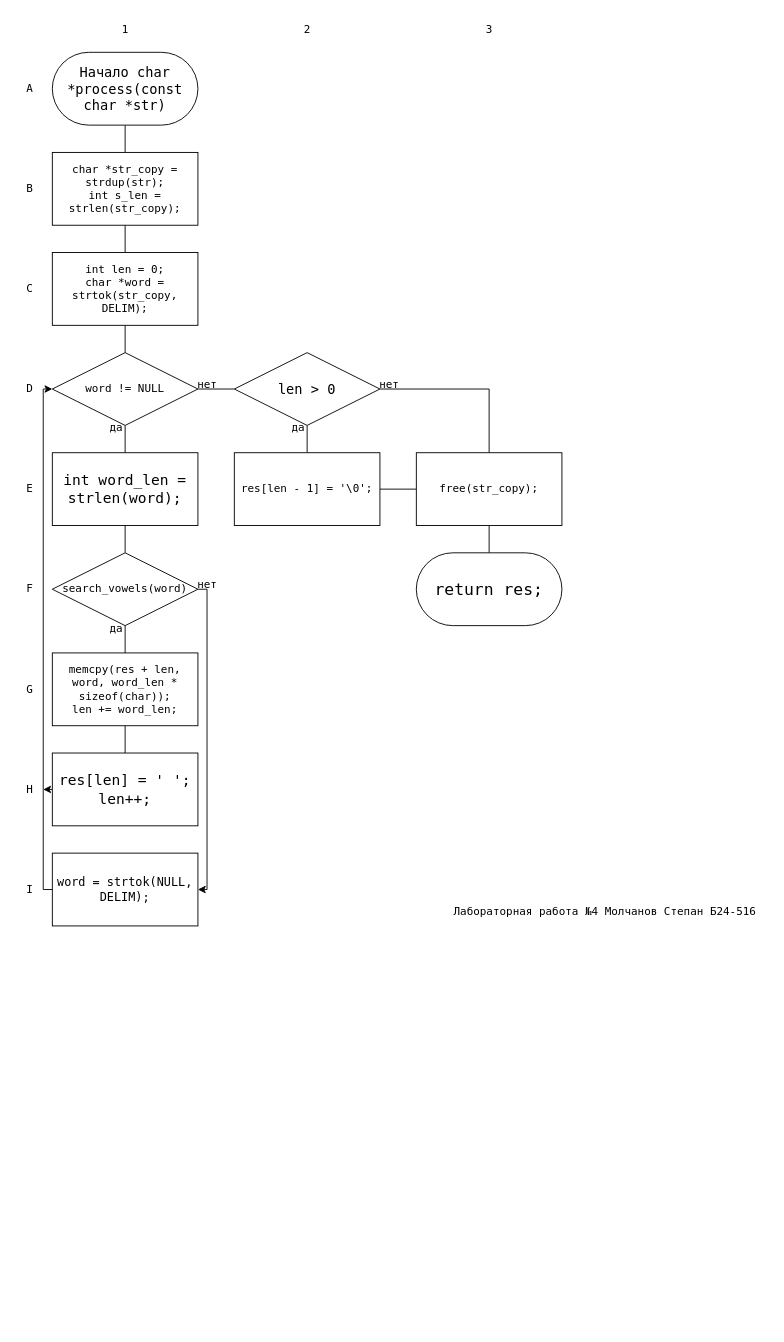
This is page "process" (2 of 9) of lab4/flowchart.drawio from molchanov71/MEPhIflowcharts, a draw.io file, before an edit. Source tidied: cells renumbered, new cells numbered last; positions are measured from the earlier drawing's top-left corner, leaving out a move shared by most shapes. Both pictures are drawn from the tidied source at 91%, with x=0, y=0 at pixel (15, 15).
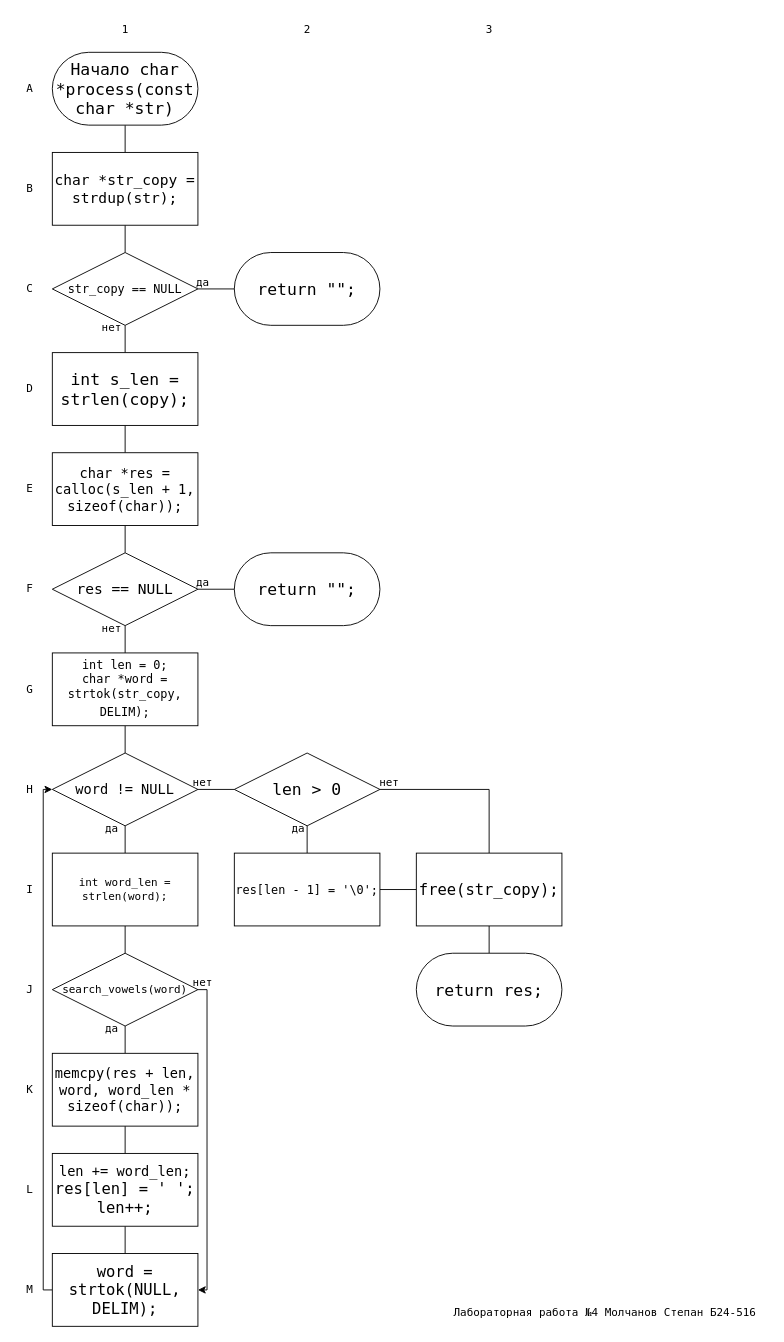
The same page after the edit.

What changed in the source:
```diff
@@
-    <mxCell id="2" style="edgeStyle=orthogonalEdgeStyle;rounded=0;jettySize=auto;html=1;exitX=0.5;exitY=1;exitDx=0;exitDy=0;entryX=0.5;entryY=0;entryDx=0;entryDy=0;endArrow=none;endFill=0;" parent="1" edge="1" source="3" target="5">
-      <mxGeometry relative="1" as="geometry" />
-    </mxCell>
+    <mxCell id="49" style="edgeStyle=orthogonalEdgeStyle;rounded=0;jettySize=auto;html=1;exitX=0.5;exitY=1;exitDx=0;exitDy=0;entryX=0.5;entryY=0;entryDx=0;entryDy=0;endArrow=none;endFill=0;" parent="1" edge="1" source="3" target="51">
+      <mxGeometry relative="1" as="geometry" />
+    </mxCell>
-    <mxCell id="3" value="&lt;font style=&quot;font-size: 15px;&quot; face=&quot;Lucida Console&quot;&gt;Начало char *process(const char *str)&lt;/font&gt;" style="rounded=1;whiteSpace=wrap;html=1;arcSize=50;" parent="1" vertex="1">
+    <mxCell id="3" value="&lt;font style=&quot;font-size: 18px;&quot; face=&quot;Lucida Console&quot;&gt;Начало char *process(const char *str)&lt;/font&gt;" style="rounded=1;whiteSpace=wrap;html=1;arcSize=50;" parent="1" vertex="1">
       <mxGeometry x="40" y="40" width="160" height="80" as="geometry" />
     </mxCell>
-    <mxCell id="4" style="edgeStyle=orthogonalEdgeStyle;rounded=0;jettySize=auto;html=1;exitX=0.5;exitY=1;exitDx=0;exitDy=0;entryX=0.5;entryY=0;entryDx=0;entryDy=0;endArrow=none;endFill=0;" parent="1" edge="1" source="5" target="7">
-      <mxGeometry relative="1" as="geometry" />
-    </mxCell>
-    <mxCell id="5" value="&lt;font face=&quot;Lucida Console&quot;&gt;char *str_copy = strdup(str);&lt;br&gt;int s_len = strlen(str_copy);&lt;/font&gt;" style="rounded=0;whiteSpace=wrap;html=1;" parent="1" vertex="1">
-      <mxGeometry x="40" y="150" width="160" height="80" as="geometry" />
-    </mxCell>
+    <mxCell id="50" style="edgeStyle=orthogonalEdgeStyle;rounded=0;jettySize=auto;html=1;exitX=0.5;exitY=1;exitDx=0;exitDy=0;entryX=0.5;entryY=0;entryDx=0;entryDy=0;endArrow=none;endFill=0;" parent="1" edge="1" source="51" target="54">
+      <mxGeometry relative="1" as="geometry" />
+    </mxCell>
+    <mxCell id="51" value="&lt;font style=&quot;font-size: 16px;&quot; face=&quot;Lucida Console&quot;&gt;char *str_copy = strdup(str);&lt;/font&gt;" style="rounded=0;whiteSpace=wrap;html=1;" parent="1" vertex="1">
+      <mxGeometry x="40" y="150" width="160" height="80" as="geometry" />
+    </mxCell>
+    <mxCell id="52" style="edgeStyle=orthogonalEdgeStyle;rounded=0;jettySize=auto;html=1;exitX=0.5;exitY=1;exitDx=0;exitDy=0;entryX=0.5;entryY=0;entryDx=0;entryDy=0;endArrow=none;endFill=0;" parent="1" edge="1" source="54" target="57">
+      <mxGeometry relative="1" as="geometry" />
+    </mxCell>
+    <mxCell id="53" style="edgeStyle=orthogonalEdgeStyle;rounded=0;jettySize=auto;html=1;exitX=1;exitY=0.5;exitDx=0;exitDy=0;entryX=0;entryY=0.5;entryDx=0;entryDy=0;endArrow=none;endFill=0;" parent="1" edge="1" source="54" target="55">
+      <mxGeometry relative="1" as="geometry" />
+    </mxCell>
+    <mxCell id="54" value="&lt;font style=&quot;font-size: 13px;&quot; face=&quot;Lucida Console&quot;&gt;str_copy == NULL&lt;/font&gt;" style="rhombus;whiteSpace=wrap;html=1;" parent="1" vertex="1">
+      <mxGeometry x="40" y="260" width="160" height="80" as="geometry" />
+    </mxCell>
+    <mxCell id="55" value="&lt;font style=&quot;font-size: 18px;&quot; face=&quot;Lucida Console&quot;&gt;return &quot;&quot;;&lt;/font&gt;" style="rounded=1;whiteSpace=wrap;html=1;arcSize=50;" parent="1" vertex="1">
+      <mxGeometry x="240" y="260" width="160" height="80" as="geometry" />
+    </mxCell>
+    <mxCell id="56" style="edgeStyle=orthogonalEdgeStyle;rounded=0;jettySize=auto;html=1;exitX=0.5;exitY=1;exitDx=0;exitDy=0;entryX=0.5;entryY=0;entryDx=0;entryDy=0;endArrow=none;endFill=0;" parent="1" edge="1" source="57" target="59">
+      <mxGeometry relative="1" as="geometry" />
+    </mxCell>
+    <mxCell id="57" value="&lt;font style=&quot;font-size: 18px;&quot; face=&quot;Lucida Console&quot;&gt;int s_len = strlen(copy);&lt;/font&gt;" style="rounded=0;whiteSpace=wrap;html=1;" parent="1" vertex="1">
+      <mxGeometry x="40" y="370" width="160" height="80" as="geometry" />
+    </mxCell>
+    <mxCell id="58" style="edgeStyle=orthogonalEdgeStyle;rounded=0;jettySize=auto;html=1;exitX=0.5;exitY=1;exitDx=0;exitDy=0;entryX=0.5;entryY=0;entryDx=0;entryDy=0;endArrow=none;endFill=0;" parent="1" edge="1" source="59" target="62">
+      <mxGeometry relative="1" as="geometry" />
+    </mxCell>
+    <mxCell id="59" value="&lt;font style=&quot;font-size: 15px;&quot; face=&quot;Lucida Console&quot;&gt;char *res = calloc(s_len + 1, sizeof(char));&lt;/font&gt;" style="rounded=0;whiteSpace=wrap;html=1;" parent="1" vertex="1">
+      <mxGeometry x="40" y="480" width="160" height="80" as="geometry" />
+    </mxCell>
+    <mxCell id="60" style="edgeStyle=orthogonalEdgeStyle;rounded=0;jettySize=auto;html=1;exitX=0.5;exitY=1;exitDx=0;exitDy=0;entryX=0.5;entryY=0;entryDx=0;entryDy=0;endArrow=none;endFill=0;" parent="1" edge="1" source="62" target="7">
+      <mxGeometry relative="1" as="geometry" />
+    </mxCell>
+    <mxCell id="61" style="edgeStyle=orthogonalEdgeStyle;rounded=0;jettySize=auto;html=1;exitX=1;exitY=0.5;exitDx=0;exitDy=0;entryX=0;entryY=0.5;entryDx=0;entryDy=0;endArrow=none;endFill=0;" parent="1" edge="1" source="62" target="63">
+      <mxGeometry relative="1" as="geometry" />
+    </mxCell>
+    <mxCell id="62" value="&lt;font style=&quot;font-size: 16px;&quot; face=&quot;Lucida Console&quot;&gt;res == NULL&lt;/font&gt;" style="rhombus;whiteSpace=wrap;html=1;" parent="1" vertex="1">
+      <mxGeometry x="40" y="590" width="160" height="80" as="geometry" />
+    </mxCell>
+    <mxCell id="63" value="&lt;font style=&quot;font-size: 18px;&quot; face=&quot;Lucida Console&quot;&gt;return &quot;&quot;;&lt;/font&gt;" style="rounded=1;whiteSpace=wrap;html=1;arcSize=50;" parent="1" vertex="1">
+      <mxGeometry x="240" y="590" width="160" height="80" as="geometry" />
+    </mxCell>
@@
-    <mxCell id="7" value="&lt;font face=&quot;Lucida Console&quot;&gt;int len = 0;&lt;/font&gt;&lt;div&gt;&lt;font face=&quot;Lucida Console&quot;&gt;char *word = strtok(str_copy, DELIM);&lt;/font&gt;&lt;/div&gt;" style="rounded=0;whiteSpace=wrap;html=1;" parent="1" vertex="1">
-      <mxGeometry x="40" y="260" width="160" height="80" as="geometry" />
+    <mxCell id="7" value="&lt;font style=&quot;font-size: 13px;&quot; face=&quot;Lucida Console&quot;&gt;int len = 0;&lt;/font&gt;&lt;div&gt;&lt;span style=&quot;font-family: &amp;quot;Lucida Console&amp;quot;;&quot;&gt;&lt;font style=&quot;font-size: 13px;&quot;&gt;char *word = strtok(str_copy, DELIM);&lt;/font&gt;&lt;/span&gt;&lt;font style=&quot;font-size: 18px;&quot; face=&quot;Lucida Console&quot;&gt;&lt;/font&gt;&lt;/div&gt;" style="rounded=0;whiteSpace=wrap;html=1;" parent="1" vertex="1">
+      <mxGeometry x="40" y="700" width="160" height="80" as="geometry" />
     </mxCell>
@@
-    <mxCell id="10" value="&lt;font face=&quot;Lucida Console&quot;&gt;word != NULL&lt;/font&gt;" style="rhombus;whiteSpace=wrap;html=1;" parent="1" vertex="1">
-      <mxGeometry x="40" y="370" width="160" height="80" as="geometry" />
+    <mxCell id="10" value="&lt;font style=&quot;font-size: 15px;&quot; face=&quot;Lucida Console&quot;&gt;word != NULL&lt;/font&gt;" style="rhombus;whiteSpace=wrap;html=1;" parent="1" vertex="1">
+      <mxGeometry x="40" y="810" width="160" height="80" as="geometry" />
     </mxCell>
@@
-    <mxCell id="12" value="&lt;font style=&quot;font-size: 16px;&quot; face=&quot;Lucida Console&quot;&gt;int word_len = strlen(word);&lt;/font&gt;" style="rounded=0;whiteSpace=wrap;html=1;" parent="1" vertex="1">
-      <mxGeometry x="40" y="480" width="160" height="80" as="geometry" />
+    <mxCell id="12" value="&lt;font face=&quot;Lucida Console&quot;&gt;int word_len = strlen(word);&lt;/font&gt;" style="rounded=0;whiteSpace=wrap;html=1;" parent="1" vertex="1">
+      <mxGeometry x="40" y="920" width="160" height="80" as="geometry" />
     </mxCell>
-    <mxCell id="13" style="edgeStyle=orthogonalEdgeStyle;rounded=0;jettySize=auto;html=1;exitX=0.5;exitY=1;exitDx=0;exitDy=0;entryX=0.5;entryY=0;entryDx=0;entryDy=0;endArrow=none;endFill=0;" parent="1" edge="1" source="15" target="17">
-      <mxGeometry relative="1" as="geometry" />
-    </mxCell>
+    <mxCell id="64" style="edgeStyle=orthogonalEdgeStyle;rounded=0;jettySize=auto;html=1;exitX=0.5;exitY=1;exitDx=0;exitDy=0;entryX=0.5;entryY=0;entryDx=0;entryDy=0;endArrow=none;endFill=0;" parent="1" edge="1" source="15" target="66">
+      <mxGeometry relative="1" as="geometry" />
+    </mxCell>
     <mxCell id="14" style="edgeStyle=orthogonalEdgeStyle;rounded=0;jettySize=auto;html=1;exitX=1;exitY=0.5;exitDx=0;exitDy=0;entryX=1;entryY=0.5;entryDx=0;entryDy=0;" parent="1" edge="1" source="15" target="21">
       <mxGeometry relative="1" as="geometry">
         <Array as="points">
-          <mxPoint x="210" y="630" />
-          <mxPoint x="210" y="960" />
+          <mxPoint x="210" y="1070" />
+          <mxPoint x="210" y="1400" />
         </Array>
       </mxGeometry>
     </mxCell>
     <mxCell id="15" value="&lt;font face=&quot;Lucida Console&quot;&gt;search_vowels(word)&lt;/font&gt;" style="rhombus;whiteSpace=wrap;html=1;" parent="1" vertex="1">
-      <mxGeometry x="40" y="590" width="160" height="80" as="geometry" />
+      <mxGeometry x="40" y="1030" width="160" height="80" as="geometry" />
     </mxCell>
-    <mxCell id="16" style="edgeStyle=orthogonalEdgeStyle;rounded=0;jettySize=auto;html=1;exitX=0.5;exitY=1;exitDx=0;exitDy=0;entryX=0.5;entryY=0;entryDx=0;entryDy=0;endArrow=none;endFill=0;" parent="1" edge="1" source="17" target="19">
-      <mxGeometry relative="1" as="geometry" />
-    </mxCell>
-    <mxCell id="17" value="&lt;font face=&quot;Lucida Console&quot;&gt;memcpy(res + len, word, word_len * sizeof(char));&lt;/font&gt;&lt;div&gt;&lt;font face=&quot;Lucida Console&quot;&gt;len += word_len;&lt;/font&gt;&lt;/div&gt;" style="rounded=0;whiteSpace=wrap;html=1;" parent="1" vertex="1">
-      <mxGeometry x="40" y="700" width="160" height="80" as="geometry" />
-    </mxCell>
-    <mxCell id="18" style="edgeStyle=orthogonalEdgeStyle;rounded=0;jettySize=auto;html=1;exitX=0;exitY=0.5;exitDx=0;exitDy=0;" parent="1" edge="1" source="19">
-      <mxGeometry relative="1" as="geometry">
-        <mxPoint x="30" y="849.7" as="targetPoint" />
-      </mxGeometry>
-    </mxCell>
-    <mxCell id="19" value="&lt;font style=&quot;font-size: 16px;&quot; face=&quot;Lucida Console&quot;&gt;res[len] = ' ';&lt;/font&gt;&lt;div&gt;&lt;font style=&quot;font-size: 16px;&quot; face=&quot;Lucida Console&quot;&gt;len++;&lt;/font&gt;&lt;/div&gt;" style="rounded=0;whiteSpace=wrap;html=1;" parent="1" vertex="1">
-      <mxGeometry x="40" y="810" width="160" height="80" as="geometry" />
-    </mxCell>
+    <mxCell id="65" style="edgeStyle=orthogonalEdgeStyle;rounded=0;jettySize=auto;html=1;exitX=0.5;exitY=1;exitDx=0;exitDy=0;entryX=0.5;entryY=0;entryDx=0;entryDy=0;endArrow=none;endFill=0;" parent="1" edge="1" source="66" target="68">
+      <mxGeometry relative="1" as="geometry" />
+    </mxCell>
+    <mxCell id="66" value="&lt;font style=&quot;font-size: 15px;&quot; face=&quot;Lucida Console&quot;&gt;memcpy(res + len, word, word_len * sizeof(char));&lt;/font&gt;" style="rounded=0;whiteSpace=wrap;html=1;" parent="1" vertex="1">
+      <mxGeometry x="40" y="1140" width="160" height="80" as="geometry" />
+    </mxCell>
+    <mxCell id="67" style="edgeStyle=orthogonalEdgeStyle;rounded=0;jettySize=auto;html=1;exitX=0.5;exitY=1;exitDx=0;exitDy=0;entryX=0.5;entryY=0;entryDx=0;entryDy=0;endArrow=none;endFill=0;" parent="1" edge="1" source="68" target="21">
+      <mxGeometry relative="1" as="geometry" />
+    </mxCell>
+    <mxCell id="68" value="&lt;font style=&quot;font-size: 15px;&quot; face=&quot;Lucida Console&quot;&gt;len += word_len;&lt;br&gt;&lt;/font&gt;&lt;span style=&quot;font-family: &amp;quot;Lucida Console&amp;quot;; font-size: 17px;&quot;&gt;res[len] = ' ';&lt;br&gt;len++;&lt;/span&gt;&lt;font style=&quot;font-size: 15px;&quot; face=&quot;Lucida Console&quot;&gt;&lt;/font&gt;" style="rounded=0;whiteSpace=wrap;html=1;" parent="1" vertex="1">
+      <mxGeometry x="40" y="1250" width="160" height="80" as="geometry" />
+    </mxCell>
     <mxCell id="20" style="edgeStyle=orthogonalEdgeStyle;rounded=0;jettySize=auto;html=1;exitX=0;exitY=0.5;exitDx=0;exitDy=0;entryX=0;entryY=0.5;entryDx=0;entryDy=0;" parent="1" edge="1" source="21" target="10">
       <mxGeometry relative="1" as="geometry">
         <Array as="points">
-          <mxPoint x="30" y="960" />
-          <mxPoint x="30" y="410" />
+          <mxPoint x="30" y="1400" />
+          <mxPoint x="30" y="850" />
         </Array>
       </mxGeometry>
     </mxCell>
-    <mxCell id="21" value="&lt;font style=&quot;font-size: 13px;&quot; face=&quot;Lucida Console&quot;&gt;word = strtok(NULL, DELIM);&lt;/font&gt;" style="rounded=0;whiteSpace=wrap;html=1;" parent="1" vertex="1">
-      <mxGeometry x="40" y="920" width="160" height="80" as="geometry" />
+    <mxCell id="21" value="&lt;font style=&quot;font-size: 17px;&quot; face=&quot;Lucida Console&quot;&gt;word = strtok(NULL, DELIM);&lt;/font&gt;" style="rounded=0;whiteSpace=wrap;html=1;" parent="1" vertex="1">
+      <mxGeometry x="40" y="1360" width="160" height="80" as="geometry" />
     </mxCell>
@@
-    <mxCell id="24" value="&lt;font style=&quot;font-size: 15px;&quot; face=&quot;Lucida Console&quot;&gt;len &amp;gt; 0&lt;/font&gt;" style="rhombus;whiteSpace=wrap;html=1;" parent="1" vertex="1">
-      <mxGeometry x="240" y="370" width="160" height="80" as="geometry" />
+    <mxCell id="24" value="&lt;font style=&quot;font-size: 18px;&quot; face=&quot;Lucida Console&quot;&gt;len &amp;gt; 0&lt;/font&gt;" style="rhombus;whiteSpace=wrap;html=1;" parent="1" vertex="1">
+      <mxGeometry x="240" y="810" width="160" height="80" as="geometry" />
     </mxCell>
@@
-    <mxCell id="26" value="&lt;font face=&quot;Lucida Console&quot;&gt;res[len - 1] = '\0';&lt;/font&gt;" style="rounded=0;whiteSpace=wrap;html=1;" parent="1" vertex="1">
-      <mxGeometry x="240" y="480" width="160" height="80" as="geometry" />
+    <mxCell id="26" value="&lt;font style=&quot;font-size: 13px;&quot; face=&quot;Lucida Console&quot;&gt;res[len - 1] = '\0';&lt;/font&gt;" style="rounded=0;whiteSpace=wrap;html=1;" parent="1" vertex="1">
+      <mxGeometry x="240" y="920" width="160" height="80" as="geometry" />
     </mxCell>
@@
-    <mxCell id="28" value="&lt;font face=&quot;Lucida Console&quot;&gt;free(str_copy);&lt;/font&gt;" style="rounded=0;whiteSpace=wrap;html=1;" parent="1" vertex="1">
-      <mxGeometry x="440" y="480" width="160" height="80" as="geometry" />
+    <mxCell id="28" value="&lt;font style=&quot;font-size: 17px;&quot; face=&quot;Lucida Console&quot;&gt;free(str_copy);&lt;/font&gt;" style="rounded=0;whiteSpace=wrap;html=1;" parent="1" vertex="1">
+      <mxGeometry x="440" y="920" width="160" height="80" as="geometry" />
     </mxCell>
     <mxCell id="29" value="&lt;font style=&quot;font-size: 18px;&quot; face=&quot;Lucida Console&quot;&gt;return res;&lt;/font&gt;" style="rounded=1;whiteSpace=wrap;html=1;arcSize=50;" parent="1" vertex="1">
-      <mxGeometry x="440" y="590" width="160" height="80" as="geometry" />
+      <mxGeometry x="440" y="1030" width="160" height="80" as="geometry" />
     </mxCell>
-    <mxCell id="30" value="&lt;font face=&quot;Lucida Console&quot;&gt;да&lt;/font&gt;" style="text;html=1;align=center;verticalAlign=middle;strokeColor=none;fillColor=none;" parent="1" vertex="1">
-      <mxGeometry x="90" y="438" width="40" height="30" as="geometry" />
-    </mxCell>
-    <mxCell id="31" value="&lt;font face=&quot;Lucida Console&quot;&gt;да&lt;/font&gt;" style="text;html=1;align=center;verticalAlign=middle;strokeColor=none;fillColor=none;" parent="1" vertex="1">
-      <mxGeometry x="90" y="658" width="40" height="30" as="geometry" />
-    </mxCell>
-    <mxCell id="32" value="&lt;font face=&quot;Lucida Console&quot;&gt;нет&lt;/font&gt;" style="text;html=1;align=center;verticalAlign=middle;strokeColor=none;fillColor=none;" parent="1" vertex="1">
-      <mxGeometry x="185" y="390" width="50" height="30" as="geometry" />
-    </mxCell>
-    <mxCell id="33" value="&lt;font face=&quot;Lucida Console&quot;&gt;нет&lt;/font&gt;" style="text;html=1;align=center;verticalAlign=middle;strokeColor=none;fillColor=none;" parent="1" vertex="1">
-      <mxGeometry x="185" y="610" width="50" height="30" as="geometry" />
-    </mxCell>
-    <mxCell id="34" value="&lt;font face=&quot;Lucida Console&quot;&gt;да&lt;/font&gt;" style="text;html=1;align=center;verticalAlign=middle;strokeColor=none;fillColor=none;" parent="1" vertex="1">
-      <mxGeometry x="290" y="438" width="40" height="30" as="geometry" />
-    </mxCell>
-    <mxCell id="35" value="&lt;font face=&quot;Lucida Console&quot;&gt;нет&lt;/font&gt;" style="text;html=1;align=center;verticalAlign=middle;strokeColor=none;fillColor=none;" parent="1" vertex="1">
-      <mxGeometry x="385" y="390" width="50" height="30" as="geometry" />
-    </mxCell>
+    <mxCell id="69" value="&lt;font face=&quot;Lucida Console&quot;&gt;да&lt;/font&gt;" style="text;html=1;align=center;verticalAlign=middle;strokeColor=none;fillColor=none;" parent="1" vertex="1">
+      <mxGeometry x="185" y="278" width="40" height="30" as="geometry" />
+    </mxCell>
+    <mxCell id="70" value="&lt;font face=&quot;Lucida Console&quot;&gt;нет&lt;/font&gt;" style="text;html=1;align=center;verticalAlign=middle;strokeColor=none;fillColor=none;" parent="1" vertex="1">
+      <mxGeometry x="80" y="328" width="50" height="30" as="geometry" />
+    </mxCell>
+    <mxCell id="71" value="&lt;font face=&quot;Lucida Console&quot;&gt;да&lt;/font&gt;" style="text;html=1;align=center;verticalAlign=middle;strokeColor=none;fillColor=none;" parent="1" vertex="1">
+      <mxGeometry x="185" y="608" width="40" height="30" as="geometry" />
+    </mxCell>
+    <mxCell id="72" value="&lt;font face=&quot;Lucida Console&quot;&gt;нет&lt;/font&gt;" style="text;html=1;align=center;verticalAlign=middle;strokeColor=none;fillColor=none;" parent="1" vertex="1">
+      <mxGeometry x="80" y="658" width="50" height="30" as="geometry" />
+    </mxCell>
+    <mxCell id="73" value="&lt;font face=&quot;Lucida Console&quot;&gt;нет&lt;/font&gt;" style="text;html=1;align=center;verticalAlign=middle;strokeColor=none;fillColor=none;" parent="1" vertex="1">
+      <mxGeometry x="180" y="828" width="50" height="30" as="geometry" />
+    </mxCell>
+    <mxCell id="74" value="&lt;font face=&quot;Lucida Console&quot;&gt;да&lt;/font&gt;" style="text;html=1;align=center;verticalAlign=middle;strokeColor=none;fillColor=none;" parent="1" vertex="1">
+      <mxGeometry x="85" y="878" width="40" height="30" as="geometry" />
+    </mxCell>
+    <mxCell id="75" value="&lt;font face=&quot;Lucida Console&quot;&gt;нет&lt;/font&gt;" style="text;html=1;align=center;verticalAlign=middle;strokeColor=none;fillColor=none;" parent="1" vertex="1">
+      <mxGeometry x="180" y="1048" width="50" height="30" as="geometry" />
+    </mxCell>
+    <mxCell id="76" value="&lt;font face=&quot;Lucida Console&quot;&gt;да&lt;/font&gt;" style="text;html=1;align=center;verticalAlign=middle;strokeColor=none;fillColor=none;" parent="1" vertex="1">
+      <mxGeometry x="85" y="1098" width="40" height="30" as="geometry" />
+    </mxCell>
+    <mxCell id="77" value="&lt;font face=&quot;Lucida Console&quot;&gt;нет&lt;/font&gt;" style="text;html=1;align=center;verticalAlign=middle;strokeColor=none;fillColor=none;" parent="1" vertex="1">
+      <mxGeometry x="385" y="828" width="50" height="30" as="geometry" />
+    </mxCell>
+    <mxCell id="78" value="&lt;font face=&quot;Lucida Console&quot;&gt;да&lt;/font&gt;" style="text;html=1;align=center;verticalAlign=middle;strokeColor=none;fillColor=none;" parent="1" vertex="1">
+      <mxGeometry x="290" y="878" width="40" height="30" as="geometry" />
+    </mxCell>
@@
+    <mxCell id="79" value="&lt;font face=&quot;Lucida Console&quot;&gt;J&lt;/font&gt;" style="text;html=1;align=center;verticalAlign=middle;strokeColor=none;fillColor=none;" parent="1" vertex="1">
+      <mxGeometry y="1055" width="30" height="30" as="geometry" />
+    </mxCell>
+    <mxCell id="80" value="&lt;font face=&quot;Lucida Console&quot;&gt;K&lt;/font&gt;" style="text;html=1;align=center;verticalAlign=middle;strokeColor=none;fillColor=none;" parent="1" vertex="1">
+      <mxGeometry y="1165" width="30" height="30" as="geometry" />
+    </mxCell>
+    <mxCell id="81" value="&lt;font face=&quot;Lucida Console&quot;&gt;L&lt;/font&gt;" style="text;html=1;align=center;verticalAlign=middle;strokeColor=none;fillColor=none;" parent="1" vertex="1">
+      <mxGeometry y="1275" width="30" height="30" as="geometry" />
+    </mxCell>
+    <mxCell id="82" value="&lt;font face=&quot;Lucida Console&quot;&gt;M&lt;/font&gt;" style="text;html=1;align=center;verticalAlign=middle;strokeColor=none;fillColor=none;" parent="1" vertex="1">
+      <mxGeometry y="1385" width="30" height="30" as="geometry" />
+    </mxCell>
@@
     <mxCell id="48" value="&lt;font face=&quot;Lucida Console&quot;&gt;Лабораторная работа №4 Молчанов Степан Б24-516&lt;/font&gt;" style="text;html=1;align=center;verticalAlign=middle;strokeColor=none;fillColor=none;" parent="1" vertex="1">
-      <mxGeometry x="467" y="970" width="360" height="30" as="geometry" />
+      <mxGeometry x="467" y="1410" width="360" height="30" as="geometry" />
     </mxCell>
```
